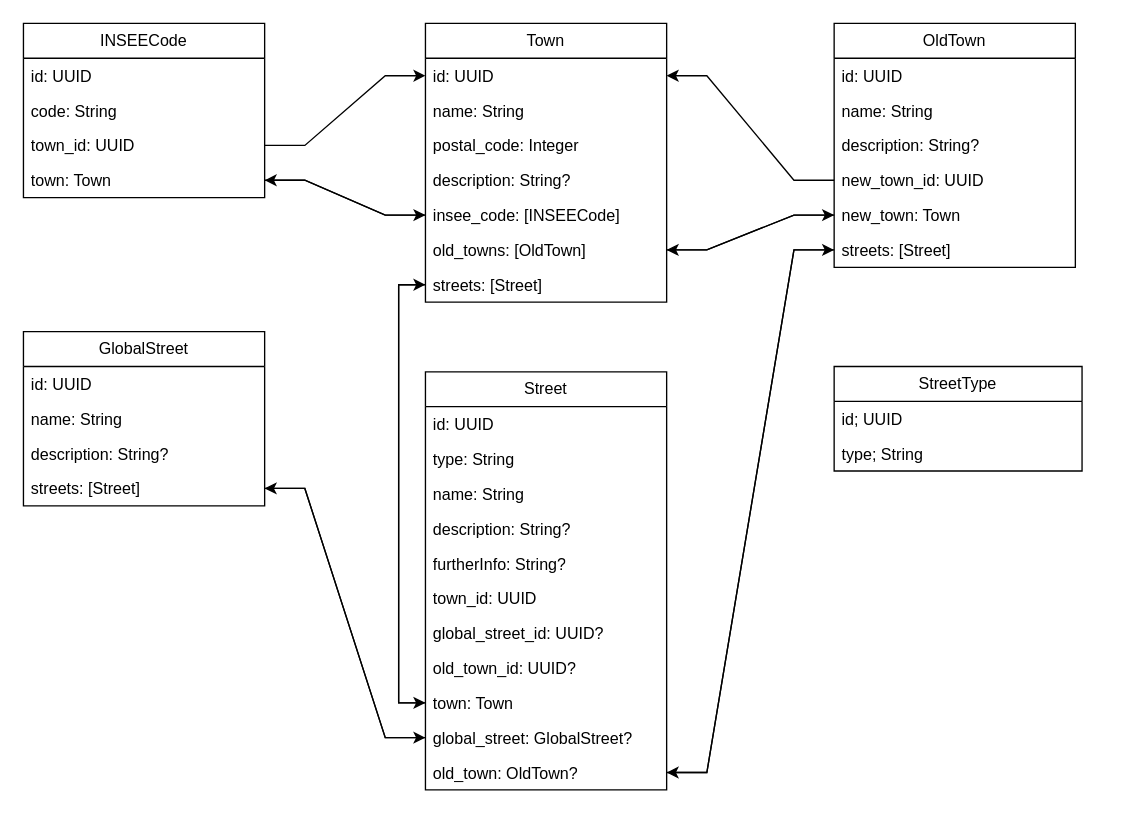
Above: PDP BDD.drawio in FlorianClaisse/drawio (draw.io), before the change. Source tidied: cells renumbered, new cells numbered last; positions are measured from the earlier drawing's top-left corner, leaving out a move shared by most shapes. Both pictures are drawn from the tidied source at 134%, with x=0, y=0 at pixel (23, 23).
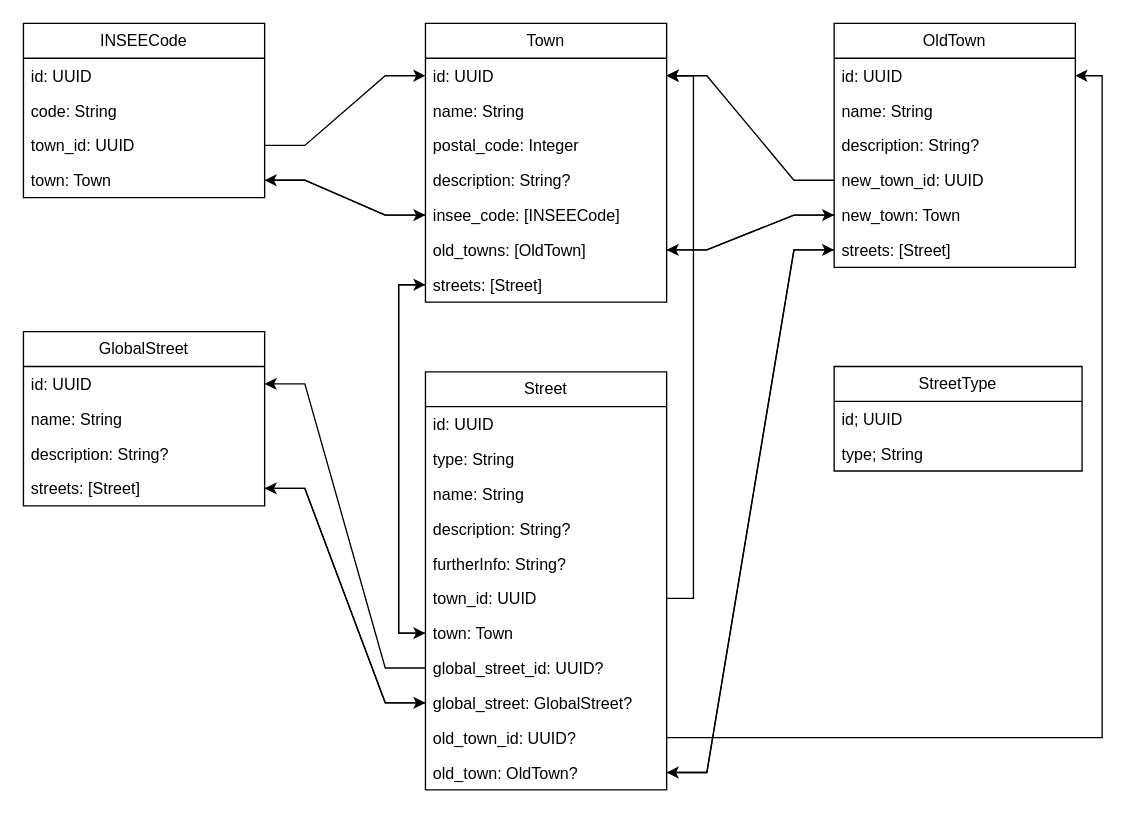
The same diagram, later.

Commit message:
Mettre à jour PDP BDD.drawio

The change refers to these unchanged cells:
```xml
<mxCell id="3" value="id: UUID" style="text;strokeColor=none;fillColor=none;align=left;verticalAlign=top;spacingLeft=4;spacingRight=4;overflow=hidden;points=[[0,0.5],[1,0.5]];portConstraint=eastwest;whiteSpace=wrap;html=1;" parent="2" vertex="1">
  <mxGeometry y="26" width="180" height="26" as="geometry" />
</mxCell>
<mxCell id="11" value="id: UUID" style="text;strokeColor=none;fillColor=none;align=left;verticalAlign=top;spacingLeft=4;spacingRight=4;overflow=hidden;points=[[0,0.5],[1,0.5]];portConstraint=eastwest;whiteSpace=wrap;html=1;" parent="10" vertex="1">
  <mxGeometry y="26" width="180" height="26" as="geometry" />
</mxCell>
<mxCell id="27" value="id: UUID" style="text;strokeColor=none;fillColor=none;align=left;verticalAlign=top;spacingLeft=4;spacingRight=4;overflow=hidden;points=[[0,0.5],[1,0.5]];portConstraint=eastwest;whiteSpace=wrap;html=1;" parent="26" vertex="1">
  <mxGeometry y="26" width="180" height="26" as="geometry" />
</mxCell>
<mxCell id="33" value="Street" style="swimlane;fontStyle=0;horizontal=1;startSize=26;fillColor=none;whiteSpace=wrap;html=1;" parent="1" vertex="1">
  <mxGeometry x="300" y="260" width="180" height="312" as="geometry" />
</mxCell>
<mxCell id="39" value="town_id: UUID" style="text;strokeColor=none;fillColor=none;align=left;verticalAlign=top;spacingLeft=4;spacingRight=4;overflow=hidden;points=[[0,0.5],[1,0.5]];portConstraint=eastwest;whiteSpace=wrap;html=1;" parent="33" vertex="1">
  <mxGeometry y="156" width="180" height="26" as="geometry" />
</mxCell>
```

Diff of the diagram source:
```diff
@@
+    <mxCell id="42" value="town: Town" style="text;strokeColor=none;fillColor=none;align=left;verticalAlign=top;spacingLeft=4;spacingRight=4;overflow=hidden;points=[[0,0.5],[1,0.5]];portConstraint=eastwest;whiteSpace=wrap;html=1;" parent="33" vertex="1">
+      <mxGeometry y="182" width="180" height="26" as="geometry" />
+    </mxCell>
     <mxCell id="40" value="global_street_id: UUID?" style="text;strokeColor=none;fillColor=none;align=left;verticalAlign=top;spacingLeft=4;spacingRight=4;overflow=hidden;points=[[0,0.5],[1,0.5]];portConstraint=eastwest;whiteSpace=wrap;html=1;" parent="33" vertex="1">
-      <mxGeometry y="182" width="180" height="26" as="geometry" />
+      <mxGeometry y="208" width="180" height="26" as="geometry" />
     </mxCell>
+    <mxCell id="43" value="global_street: GlobalStreet?" style="text;strokeColor=none;fillColor=none;align=left;verticalAlign=top;spacingLeft=4;spacingRight=4;overflow=hidden;points=[[0,0.5],[1,0.5]];portConstraint=eastwest;whiteSpace=wrap;html=1;" parent="33" vertex="1">
+      <mxGeometry y="234" width="180" height="26" as="geometry" />
+    </mxCell>
     <mxCell id="41" value="old_town_id: UUID?" style="text;strokeColor=none;fillColor=none;align=left;verticalAlign=top;spacingLeft=4;spacingRight=4;overflow=hidden;points=[[0,0.5],[1,0.5]];portConstraint=eastwest;whiteSpace=wrap;html=1;" parent="33" vertex="1">
-      <mxGeometry y="208" width="180" height="26" as="geometry" />
+      <mxGeometry y="260" width="180" height="26" as="geometry" />
     </mxCell>
-    <mxCell id="42" value="town: Town" style="text;strokeColor=none;fillColor=none;align=left;verticalAlign=top;spacingLeft=4;spacingRight=4;overflow=hidden;points=[[0,0.5],[1,0.5]];portConstraint=eastwest;whiteSpace=wrap;html=1;" parent="33" vertex="1">
-      <mxGeometry y="234" width="180" height="26" as="geometry" />
-    </mxCell>
-    <mxCell id="43" value="global_street: GlobalStreet?" style="text;strokeColor=none;fillColor=none;align=left;verticalAlign=top;spacingLeft=4;spacingRight=4;overflow=hidden;points=[[0,0.5],[1,0.5]];portConstraint=eastwest;whiteSpace=wrap;html=1;" parent="33" vertex="1">
-      <mxGeometry y="260" width="180" height="26" as="geometry" />
-    </mxCell>
@@
+    <mxCell id="54" style="edgeStyle=orthogonalEdgeStyle;rounded=0;jettySize=auto;html=1;exitX=1;exitY=0.5;exitDx=0;exitDy=0;entryX=1;entryY=0.5;entryDx=0;entryDy=0;" parent="1" edge="1" source="41" target="11">
+      <mxGeometry relative="1" as="geometry" />
+    </mxCell>
+    <mxCell id="55" style="edgeStyle=entityRelationEdgeStyle;rounded=0;jettySize=auto;html=1;exitX=0;exitY=0.5;exitDx=0;exitDy=0;" parent="1" edge="1" source="40" target="27">
+      <mxGeometry relative="1" as="geometry" />
+    </mxCell>
+    <mxCell id="56" style="edgeStyle=orthogonalEdgeStyle;rounded=0;jettySize=auto;html=1;exitX=1;exitY=0.5;exitDx=0;exitDy=0;" parent="1" edge="1" source="39" target="3">
+      <mxGeometry relative="1" as="geometry" />
+    </mxCell>
```
